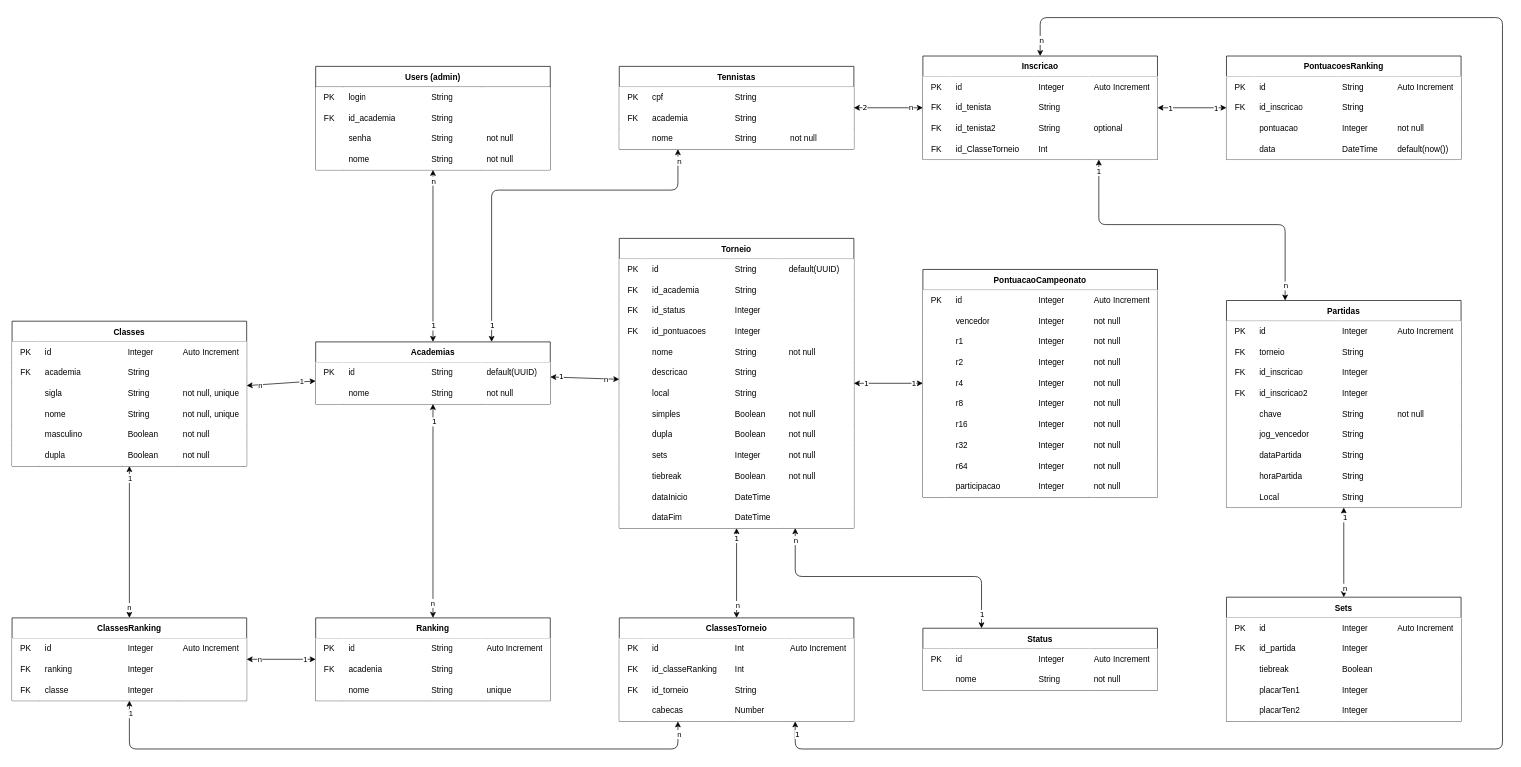
This is prisma/schema.drawio from Vanakaus/projetoRaquete_server, a draw.io file, before an edit. Source tidied: cells renumbered, new cells numbered last; positions are measured from the earlier drawing's top-left corner, leaving out a move shared by most shapes. Both pictures are drawn from the tidied source at 69%, with x=0, y=0 at pixel (12, 17).
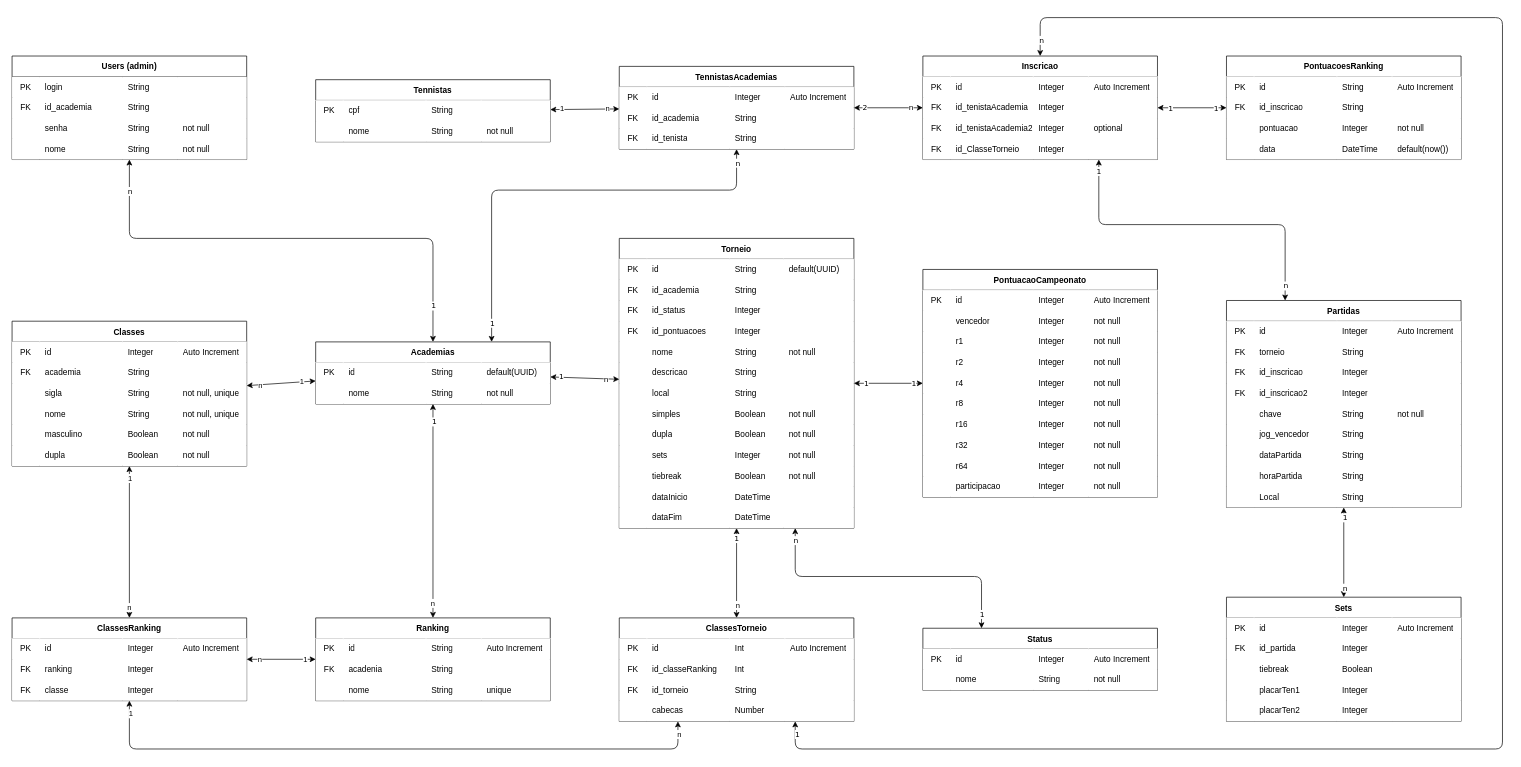
Above is the later version.

Unchanged cells that the change refers to:
```xml
<mxCell id="32" value="Academias" style="shape=table;startSize=30;childLayout=tableLayout;rowLines=0;fontStyle=1;gradientColor=none;fillColor=default;columnLines=0;strokeColor=default;" parent="1" vertex="1">
  <mxGeometry x="440" y="470" width="340" height="90" as="geometry" />
</mxCell>
<mxCell id="116" style="shape=tableRow;horizontal=0;startSize=0;swimlaneHead=0;swimlaneBody=0;top=0;left=0;bottom=0;right=0;fillColor=none;" parent="115" vertex="1">
  <mxGeometry y="30" width="340" height="30" as="geometry" />
</mxCell>
<mxCell id="121" style="shape=tableRow;horizontal=0;startSize=0;swimlaneHead=0;swimlaneBody=0;top=0;left=0;bottom=0;right=0;fillColor=none;" parent="115" vertex="1">
  <mxGeometry y="60" width="340" height="30" as="geometry" />
</mxCell>
<mxCell id="126" style="shape=tableRow;horizontal=0;startSize=0;swimlaneHead=0;swimlaneBody=0;top=0;left=0;bottom=0;right=0;fillColor=none;" parent="115" vertex="1">
  <mxGeometry y="90" width="340" height="30" as="geometry" />
</mxCell>
<mxCell id="215" style="shape=tableRow;horizontal=0;startSize=0;swimlaneHead=0;swimlaneBody=0;top=0;left=0;bottom=0;right=0;fillColor=none;" parent="209" vertex="1">
  <mxGeometry y="60" width="340" height="30" as="geometry" />
</mxCell>
<mxCell id="220" style="shape=tableRow;horizontal=0;startSize=0;swimlaneHead=0;swimlaneBody=0;top=0;left=0;bottom=0;right=0;fillColor=none;" parent="209" vertex="1">
  <mxGeometry y="90" width="340" height="30" as="geometry" />
</mxCell>
<mxCell id="225" style="shape=tableRow;horizontal=0;startSize=0;swimlaneHead=0;swimlaneBody=0;top=0;left=0;bottom=0;right=0;fillColor=none;" parent="209" vertex="1">
  <mxGeometry y="120" width="340" height="30" as="geometry" />
</mxCell>
```

The edit, as a diff of the source:
```diff
@@
     <mxCell id="2" style="edgeStyle=none;html=1;startArrow=classic;startFill=1;" parent="1" edge="1" source="5" target="32">
-      <mxGeometry relative="1" as="geometry" />
+      <mxGeometry relative="1" as="geometry">
+        <Array as="points">
+          <mxPoint x="170" y="320" />
+          <mxPoint x="610" y="320" />
+        </Array>
+      </mxGeometry>
     </mxCell>
@@
     <mxCell id="5" value="Users (admin)" style="shape=table;startSize=30;childLayout=tableLayout;rowLines=0;fontStyle=1;gradientColor=none;fillColor=default;columnLines=0;strokeColor=default;" parent="1" vertex="1">
-      <mxGeometry x="440" y="70.7" width="340" height="150" as="geometry" />
+      <mxGeometry y="55.7" width="340" height="150" as="geometry" />
     </mxCell>
@@
-    <mxCell id="29" style="edgeStyle=none;html=1;startArrow=classic;startFill=1;exitX=0.75;exitY=0;exitDx=0;exitDy=0;entryX=0.25;entryY=1;entryDx=0;entryDy=0;" parent="1" edge="1" source="32" target="115">
+    <mxCell id="29" style="edgeStyle=none;html=1;startArrow=classic;startFill=1;exitX=0.75;exitY=0;exitDx=0;exitDy=0;" parent="1" edge="1" source="32" target="115">
       <mxGeometry relative="1" as="geometry">
         <Array as="points">
           <mxPoint x="695" y="250" />
-          <mxPoint x="965" y="250" />
+          <mxPoint x="1050" y="250" />
         </Array>
       </mxGeometry>
     </mxCell>
@@
-    <mxCell id="115" value="Tennistas" style="shape=table;startSize=30;childLayout=tableLayout;rowLines=0;fontStyle=1;gradientColor=none;fillColor=default;columnLines=0;strokeColor=default;" parent="1" vertex="1">
+    <mxCell id="115" value="TennistasAcademias" style="shape=table;startSize=30;childLayout=tableLayout;rowLines=0;fontStyle=1;gradientColor=none;fillColor=default;columnLines=0;strokeColor=default;" parent="1" vertex="1">
       <mxGeometry x="880" y="70.7" width="340" height="120" as="geometry" />
     </mxCell>
@@
-    <mxCell id="118" value="cpf" style="shape=partialRectangle;html=1;whiteSpace=wrap;fillColor=default;top=1;left=0;bottom=0;right=0;align=left;spacingLeft=6;overflow=hidden;strokeColor=#FFFFFF;" parent="116" vertex="1">
+    <mxCell id="118" value="id" style="shape=partialRectangle;html=1;whiteSpace=wrap;fillColor=default;top=1;left=0;bottom=0;right=0;align=left;spacingLeft=6;overflow=hidden;strokeColor=#FFFFFF;" parent="116" vertex="1">
       <mxGeometry x="40" width="120" height="30" as="geometry" />
     </mxCell>
-    <mxCell id="119" value="String" style="shape=partialRectangle;html=1;whiteSpace=wrap;fillColor=default;top=1;left=0;bottom=0;right=0;align=left;spacingLeft=6;overflow=hidden;strokeColor=#FFFFFF;" parent="116" vertex="1">
+    <mxCell id="119" value="Integer" style="shape=partialRectangle;html=1;whiteSpace=wrap;fillColor=default;top=1;left=0;bottom=0;right=0;align=left;spacingLeft=6;overflow=hidden;strokeColor=#FFFFFF;" parent="116" vertex="1">
       <mxGeometry x="160" width="80" height="30" as="geometry" />
     </mxCell>
-    <mxCell id="120" style="shape=partialRectangle;html=1;whiteSpace=wrap;fillColor=default;top=1;left=0;bottom=0;right=0;align=left;spacingLeft=6;overflow=hidden;strokeColor=#FFFFFF;" parent="116" vertex="1">
+    <mxCell id="120" value="Auto Increment" style="shape=partialRectangle;html=1;whiteSpace=wrap;fillColor=default;top=1;left=0;bottom=0;right=0;align=left;spacingLeft=6;overflow=hidden;strokeColor=#FFFFFF;" parent="116" vertex="1">
       <mxGeometry x="240" width="100" height="30" as="geometry" />
     </mxCell>
@@
-    <mxCell id="123" value="academia" style="shape=partialRectangle;html=1;whiteSpace=wrap;fillColor=default;top=0;left=0;bottom=0;right=0;align=left;spacingLeft=6;overflow=hidden;strokeColor=#FFFFFF;" parent="121" vertex="1">
+    <mxCell id="123" value="id_academia" style="shape=partialRectangle;html=1;whiteSpace=wrap;fillColor=default;top=0;left=0;bottom=0;right=0;align=left;spacingLeft=6;overflow=hidden;strokeColor=#FFFFFF;" parent="121" vertex="1">
       <mxGeometry x="40" width="120" height="30" as="geometry" />
     </mxCell>
@@
-    <mxCell id="127" style="shape=partialRectangle;html=1;whiteSpace=wrap;fillColor=default;top=0;left=0;bottom=0;right=0;overflow=hidden;strokeColor=#FFFFFF;" parent="126" vertex="1">
+    <mxCell id="127" value="FK" style="shape=partialRectangle;html=1;whiteSpace=wrap;fillColor=default;top=0;left=0;bottom=0;right=0;overflow=hidden;strokeColor=#FFFFFF;" parent="126" vertex="1">
       <mxGeometry width="40" height="30" as="geometry" />
     </mxCell>
-    <mxCell id="128" value="nome" style="shape=partialRectangle;html=1;whiteSpace=wrap;fillColor=default;top=0;left=0;bottom=0;right=0;align=left;spacingLeft=6;overflow=hidden;strokeColor=#FFFFFF;" parent="126" vertex="1">
+    <mxCell id="128" value="id_tenista" style="shape=partialRectangle;html=1;whiteSpace=wrap;fillColor=default;top=0;left=0;bottom=0;right=0;align=left;spacingLeft=6;overflow=hidden;strokeColor=#FFFFFF;" parent="126" vertex="1">
       <mxGeometry x="40" width="120" height="30" as="geometry" />
     </mxCell>
@@
-    <mxCell id="130" value="not null" style="shape=partialRectangle;html=1;whiteSpace=wrap;fillColor=default;top=0;left=0;bottom=0;right=0;align=left;spacingLeft=6;overflow=hidden;strokeColor=#FFFFFF;" parent="126" vertex="1">
+    <mxCell id="130" style="shape=partialRectangle;html=1;whiteSpace=wrap;fillColor=default;top=0;left=0;bottom=0;right=0;align=left;spacingLeft=6;overflow=hidden;strokeColor=#FFFFFF;" parent="126" vertex="1">
       <mxGeometry x="240" width="100" height="30" as="geometry" />
     </mxCell>
@@
-    <mxCell id="217" value="id_tenista" style="shape=partialRectangle;html=1;whiteSpace=wrap;fillColor=default;top=0;left=0;bottom=0;right=0;align=left;spacingLeft=6;overflow=hidden;strokeColor=#FFFFFF;" parent="215" vertex="1">
+    <mxCell id="217" value="id_tenistaAcademia" style="shape=partialRectangle;html=1;whiteSpace=wrap;fillColor=default;top=0;left=0;bottom=0;right=0;align=left;spacingLeft=6;overflow=hidden;strokeColor=#FFFFFF;" parent="215" vertex="1">
       <mxGeometry x="40" width="120" height="30" as="geometry" />
     </mxCell>
-    <mxCell id="218" value="String" style="shape=partialRectangle;html=1;whiteSpace=wrap;fillColor=default;top=0;left=0;bottom=0;right=0;align=left;spacingLeft=6;overflow=hidden;strokeColor=#FFFFFF;" parent="215" vertex="1">
+    <mxCell id="218" value="Integer" style="shape=partialRectangle;html=1;whiteSpace=wrap;fillColor=default;top=0;left=0;bottom=0;right=0;align=left;spacingLeft=6;overflow=hidden;strokeColor=#FFFFFF;" parent="215" vertex="1">
       <mxGeometry x="160" width="80" height="30" as="geometry" />
     </mxCell>
@@
-    <mxCell id="222" value="id_tenista2" style="shape=partialRectangle;html=1;whiteSpace=wrap;fillColor=default;top=0;left=0;bottom=0;right=0;align=left;spacingLeft=6;overflow=hidden;strokeColor=#FFFFFF;" parent="220" vertex="1">
+    <mxCell id="222" value="id_tenistaAcademia2" style="shape=partialRectangle;html=1;whiteSpace=wrap;fillColor=default;top=0;left=0;bottom=0;right=0;align=left;spacingLeft=6;overflow=hidden;strokeColor=#FFFFFF;" parent="220" vertex="1">
       <mxGeometry x="40" width="120" height="30" as="geometry" />
     </mxCell>
-    <mxCell id="223" value="String" style="shape=partialRectangle;html=1;whiteSpace=wrap;fillColor=default;top=0;left=0;bottom=0;right=0;align=left;spacingLeft=6;overflow=hidden;strokeColor=#FFFFFF;" parent="220" vertex="1">
+    <mxCell id="223" value="Integer" style="shape=partialRectangle;html=1;whiteSpace=wrap;fillColor=default;top=0;left=0;bottom=0;right=0;align=left;spacingLeft=6;overflow=hidden;strokeColor=#FFFFFF;" parent="220" vertex="1">
       <mxGeometry x="160" width="80" height="30" as="geometry" />
     </mxCell>
@@
-    <mxCell id="228" value="Int" style="shape=partialRectangle;html=1;whiteSpace=wrap;fillColor=default;top=0;left=0;bottom=0;right=0;align=left;spacingLeft=6;overflow=hidden;strokeColor=#FFFFFF;" parent="225" vertex="1">
+    <mxCell id="228" value="Integer" style="shape=partialRectangle;html=1;whiteSpace=wrap;fillColor=default;top=0;left=0;bottom=0;right=0;align=left;spacingLeft=6;overflow=hidden;strokeColor=#FFFFFF;" parent="225" vertex="1">
       <mxGeometry x="160" width="80" height="30" as="geometry" />
     </mxCell>
@@
+    <mxCell id="427" style="edgeStyle=none;html=1;startArrow=classic;startFill=1;" parent="1" edge="1" source="430" target="115">
+      <mxGeometry relative="1" as="geometry" />
+    </mxCell>
+    <mxCell id="428" value="1" style="edgeLabel;html=1;align=center;verticalAlign=middle;" parent="427" vertex="1">
+      <mxGeometry x="-0.68" y="-1" relative="1" as="geometry">
+        <mxPoint y="-3" as="offset" />
+      </mxGeometry>
+    </mxCell>
+    <mxCell id="429" value="n" style="edgeLabel;html=1;align=center;verticalAlign=middle;" parent="427" vertex="1">
+      <mxGeometry x="0.66" y="1" relative="1" as="geometry" />
+    </mxCell>
+    <mxCell id="430" value="Tennistas" style="shape=table;startSize=30;childLayout=tableLayout;rowLines=0;fontStyle=1;gradientColor=none;fillColor=default;columnLines=0;strokeColor=default;" parent="1" vertex="1">
+      <mxGeometry x="440" y="90" width="340" height="90" as="geometry" />
+    </mxCell>
+    <mxCell id="431" style="shape=tableRow;horizontal=0;startSize=0;swimlaneHead=0;swimlaneBody=0;top=0;left=0;bottom=0;right=0;fillColor=none;" parent="430" vertex="1">
+      <mxGeometry y="30" width="340" height="30" as="geometry" />
+    </mxCell>
+    <mxCell id="432" value="PK" style="shape=partialRectangle;html=1;whiteSpace=wrap;fillColor=default;top=1;left=0;bottom=0;right=0;overflow=hidden;strokeColor=#FFFFFF;" parent="431" vertex="1">
+      <mxGeometry width="40" height="30" as="geometry" />
+    </mxCell>
+    <mxCell id="433" value="cpf" style="shape=partialRectangle;html=1;whiteSpace=wrap;fillColor=default;top=1;left=0;bottom=0;right=0;align=left;spacingLeft=6;overflow=hidden;strokeColor=#FFFFFF;" parent="431" vertex="1">
+      <mxGeometry x="40" width="120" height="30" as="geometry" />
+    </mxCell>
+    <mxCell id="434" value="String" style="shape=partialRectangle;html=1;whiteSpace=wrap;fillColor=default;top=1;left=0;bottom=0;right=0;align=left;spacingLeft=6;overflow=hidden;strokeColor=#FFFFFF;" parent="431" vertex="1">
+      <mxGeometry x="160" width="80" height="30" as="geometry" />
+    </mxCell>
+    <mxCell id="435" style="shape=partialRectangle;html=1;whiteSpace=wrap;fillColor=default;top=1;left=0;bottom=0;right=0;align=left;spacingLeft=6;overflow=hidden;strokeColor=#FFFFFF;" parent="431" vertex="1">
+      <mxGeometry x="240" width="100" height="30" as="geometry" />
+    </mxCell>
+    <mxCell id="436" style="shape=tableRow;horizontal=0;startSize=0;swimlaneHead=0;swimlaneBody=0;top=0;left=0;bottom=0;right=0;fillColor=none;" parent="430" vertex="1">
+      <mxGeometry y="60" width="340" height="30" as="geometry" />
+    </mxCell>
+    <mxCell id="437" style="shape=partialRectangle;html=1;whiteSpace=wrap;fillColor=default;top=0;left=0;bottom=0;right=0;overflow=hidden;strokeColor=#FFFFFF;" parent="436" vertex="1">
+      <mxGeometry width="40" height="30" as="geometry" />
+    </mxCell>
+    <mxCell id="438" value="nome" style="shape=partialRectangle;html=1;whiteSpace=wrap;fillColor=default;top=0;left=0;bottom=0;right=0;align=left;spacingLeft=6;overflow=hidden;strokeColor=#FFFFFF;" parent="436" vertex="1">
+      <mxGeometry x="40" width="120" height="30" as="geometry" />
+    </mxCell>
+    <mxCell id="439" value="String" style="shape=partialRectangle;html=1;whiteSpace=wrap;fillColor=default;top=0;left=0;bottom=0;right=0;align=left;spacingLeft=6;overflow=hidden;strokeColor=#FFFFFF;" parent="436" vertex="1">
+      <mxGeometry x="160" width="80" height="30" as="geometry" />
+    </mxCell>
+    <mxCell id="440" value="not null" style="shape=partialRectangle;html=1;whiteSpace=wrap;fillColor=default;top=0;left=0;bottom=0;right=0;align=left;spacingLeft=6;overflow=hidden;strokeColor=#FFFFFF;" parent="436" vertex="1">
+      <mxGeometry x="240" width="100" height="30" as="geometry" />
+    </mxCell>
```
